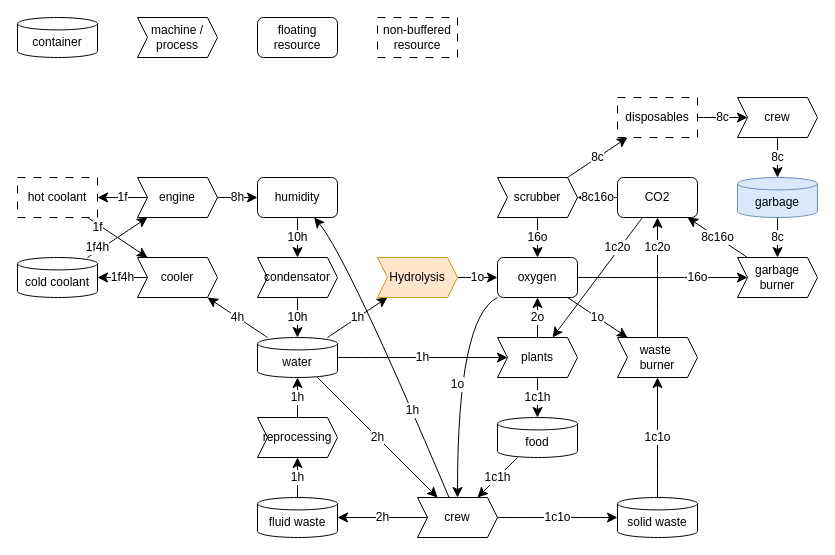
This is resource_flow_diagram.drawio from XFajk/GMTK2025Game, a draw.io file, before an edit. Source tidied: cells renumbered, new cells numbered last; positions are measured from the earlier drawing's top-left corner, leaving out a move shared by most shapes. Both pictures are drawn from the tidied source at 100%, with x=0, y=0 at pixel (17, 17).
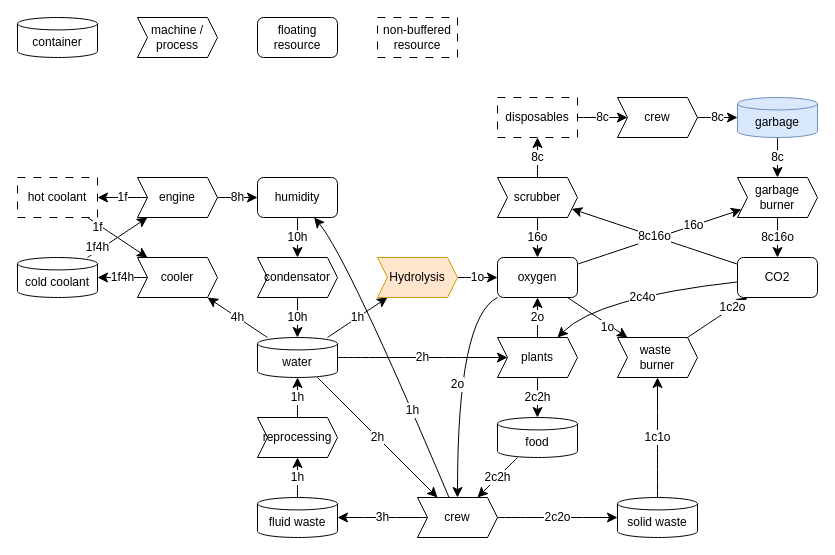
The same diagram, later.

Unchanged cells that the change refers to:
```xml
<mxCell id="9" value="water" style="shape=cylinder3;whiteSpace=wrap;html=1;boundedLbl=1;backgroundOutline=1;size=6.206904970366395;" parent="1" vertex="1">
  <mxGeometry x="240" y="320" width="80" height="40" as="geometry" />
</mxCell>
<mxCell id="13" value="oxygen" style="rounded=1;whiteSpace=wrap;html=1;" parent="1" vertex="1">
  <mxGeometry x="480" y="240" width="80" height="40" as="geometry" />
</mxCell>
<mxCell id="24" value="plants" style="shape=step;perimeter=stepPerimeter;whiteSpace=wrap;html=1;fixedSize=1;size=10;" parent="1" vertex="1">
  <mxGeometry x="480" y="320" width="80" height="40" as="geometry" />
</mxCell>
<mxCell id="29" value="crew" style="shape=step;perimeter=stepPerimeter;whiteSpace=wrap;html=1;fixedSize=1;size=10;" parent="1" vertex="1">
  <mxGeometry x="400" y="480" width="80" height="40" as="geometry" />
</mxCell>
<mxCell id="46" value="waste&amp;nbsp;&lt;div&gt;burner&lt;/div&gt;" style="shape=step;perimeter=stepPerimeter;whiteSpace=wrap;html=1;fixedSize=1;size=10;" parent="1" vertex="1">
  <mxGeometry x="600" y="320" width="80" height="40" as="geometry" />
</mxCell>
<mxCell id="54" value="solid waste" style="shape=cylinder3;whiteSpace=wrap;html=1;boundedLbl=1;backgroundOutline=1;size=6.206904970366395;" parent="1" vertex="1">
  <mxGeometry x="600" y="480" width="80" height="40" as="geometry" />
</mxCell>
<mxCell id="56" value="fluid waste" style="shape=cylinder3;whiteSpace=wrap;html=1;boundedLbl=1;backgroundOutline=1;size=6.206904970366395;" parent="1" vertex="1">
  <mxGeometry x="240" y="480" width="80" height="40" as="geometry" />
</mxCell>
<mxCell id="57" value="food" style="shape=cylinder3;whiteSpace=wrap;html=1;boundedLbl=1;backgroundOutline=1;size=6.206904970366395;" parent="1" vertex="1">
  <mxGeometry x="480" y="400" width="80" height="40" as="geometry" />
</mxCell>
```

Diff of the diagram source:
```diff
@@
-    <mxCell id="6" value="1h" style="edgeStyle=none;curved=1;rounded=0;jettySize=auto;html=1;fontSize=12;startSize=8;endSize=8;" parent="1" edge="1" source="9" target="24">
+    <mxCell id="6" value="2h" style="edgeStyle=none;curved=1;rounded=0;jettySize=auto;html=1;fontSize=12;startSize=8;endSize=8;" parent="1" edge="1" source="9" target="24">
       <mxGeometry relative="1" as="geometry" />
     </mxCell>
@@
     <mxCell id="10" value="1o" style="edgeStyle=none;curved=1;rounded=0;jettySize=auto;html=1;fontSize=12;startSize=8;endSize=8;" parent="1" edge="1" source="13" target="46">
-      <mxGeometry relative="1" as="geometry" />
+      <mxGeometry x="0.38" y="-3" relative="1" as="geometry" />
     </mxCell>
-    <mxCell id="11" value="1o" style="edgeStyle=none;curved=1;rounded=0;jettySize=auto;html=1;fontSize=12;startSize=8;endSize=8;" parent="1" edge="1" source="13" target="29">
+    <mxCell id="11" value="2o" style="edgeStyle=none;curved=1;rounded=0;jettySize=auto;html=1;fontSize=12;startSize=8;endSize=8;" parent="1" edge="1" source="13" target="29">
       <mxGeometry relative="1" as="geometry">
         <Array as="points">
           <mxPoint x="440" y="300" />
         </Array>
       </mxGeometry>
     </mxCell>
@@
-    <mxCell id="22" value="1c1h" style="edgeStyle=none;curved=1;rounded=0;jettySize=auto;html=1;fontSize=12;startSize=8;endSize=8;" parent="1" edge="1" source="24" target="57">
+    <mxCell id="22" value="2c2h" style="edgeStyle=none;curved=1;rounded=0;jettySize=auto;html=1;fontSize=12;startSize=8;endSize=8;" parent="1" edge="1" source="24" target="57">
       <mxGeometry relative="1" as="geometry" />
     </mxCell>
@@
-    <mxCell id="25" value="1c1h" style="edgeStyle=none;curved=1;rounded=0;jettySize=auto;html=1;fontSize=12;startSize=8;endSize=8;" parent="1" edge="1" source="57" target="29">
+    <mxCell id="25" value="2c2h" style="edgeStyle=none;curved=1;rounded=0;jettySize=auto;html=1;fontSize=12;startSize=8;endSize=8;" parent="1" edge="1" source="57" target="29">
       <mxGeometry relative="1" as="geometry" />
     </mxCell>
-    <mxCell id="26" value="1c1o" style="edgeStyle=none;curved=1;rounded=0;jettySize=auto;html=1;fontSize=12;startSize=8;endSize=8;" parent="1" edge="1" source="29" target="54">
+    <mxCell id="26" value="2c2o" style="edgeStyle=none;curved=1;rounded=0;jettySize=auto;html=1;fontSize=12;startSize=8;endSize=8;" parent="1" edge="1" source="29" target="54">
       <mxGeometry relative="1" as="geometry" />
     </mxCell>
-    <mxCell id="27" value="2h" style="edgeStyle=none;curved=1;rounded=0;jettySize=auto;html=1;fontSize=12;startSize=8;endSize=8;" parent="1" edge="1" source="29" target="56">
+    <mxCell id="27" value="3h" style="edgeStyle=none;curved=1;rounded=0;jettySize=auto;html=1;fontSize=12;startSize=8;endSize=8;" parent="1" edge="1" source="29" target="56">
       <mxGeometry relative="1" as="geometry" />
     </mxCell>
@@
-    <mxCell id="36" value="1c2o" style="edgeStyle=none;curved=1;rounded=0;jettySize=auto;html=1;fontSize=12;startSize=8;endSize=8;" parent="1" edge="1" source="39" target="24">
-      <mxGeometry x="-0.48" y="-2" relative="1" as="geometry" />
+    <mxCell id="36" value="2c4o" style="edgeStyle=none;curved=1;rounded=0;jettySize=auto;html=1;fontSize=12;startSize=8;endSize=8;" parent="1" edge="1" source="39" target="24">
+      <mxGeometry x="-0.03" y="5" relative="1" as="geometry">
+        <Array as="points">
+          <mxPoint x="580" y="280" />
+        </Array>
+      </mxGeometry>
     </mxCell>
@@
     <mxCell id="39" value="CO2" style="rounded=1;whiteSpace=wrap;html=1;" parent="1" vertex="1">
-      <mxGeometry x="600" y="160" width="80" height="40" as="geometry" />
+      <mxGeometry x="720" y="240" width="80" height="40" as="geometry" />
     </mxCell>
@@
     <mxCell id="43" value="crew" style="shape=step;perimeter=stepPerimeter;whiteSpace=wrap;html=1;fixedSize=1;size=10;" parent="1" vertex="1">
-      <mxGeometry x="720" y="80" width="80" height="40" as="geometry" />
+      <mxGeometry x="600" y="80" width="80" height="40" as="geometry" />
     </mxCell>
@@
     <mxCell id="51" value="disposables" style="rounded=0;whiteSpace=wrap;html=1;dashed=1;dashPattern=8 8;" parent="1" vertex="1">
-      <mxGeometry x="600" y="80" width="80" height="40" as="geometry" />
+      <mxGeometry x="480" y="80" width="80" height="40" as="geometry" />
     </mxCell>
     <mxCell id="52" value="garbage" style="shape=cylinder3;whiteSpace=wrap;html=1;boundedLbl=1;backgroundOutline=1;size=6.206904970366395;fillColor=#dae8fc;strokeColor=#6c8ebf;" parent="1" vertex="1">
-      <mxGeometry x="720" y="160" width="80" height="40" as="geometry" />
+      <mxGeometry x="720" y="80" width="80" height="40" as="geometry" />
     </mxCell>
@@
     <mxCell id="59" value="garbage burner" style="shape=step;perimeter=stepPerimeter;whiteSpace=wrap;html=1;fixedSize=1;size=10;" parent="1" vertex="1">
-      <mxGeometry x="720" y="240" width="80" height="40" as="geometry" />
+      <mxGeometry x="720" y="160" width="80" height="40" as="geometry" />
     </mxCell>
```
